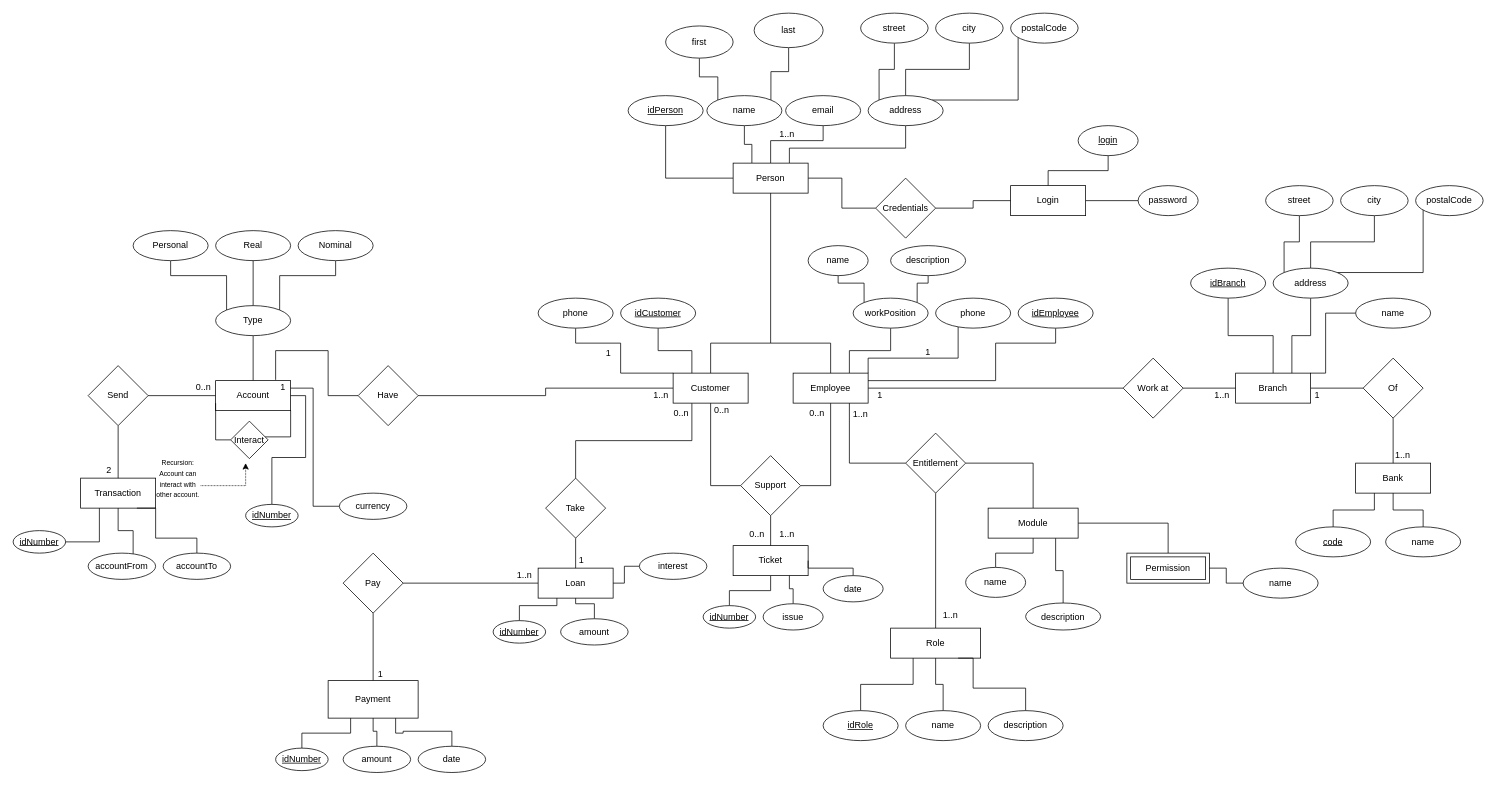
This is Bank Management System.drawio from verbima1/B0B36DBS, a draw.io file, before an edit. Source tidied: cells renumbered, new cells numbered last; positions are measured from the earlier drawing's top-left corner, leaving out a move shared by most shapes. Both pictures are drawn from the tidied source at 75%, with x=0, y=0 at pixel (13, 13).
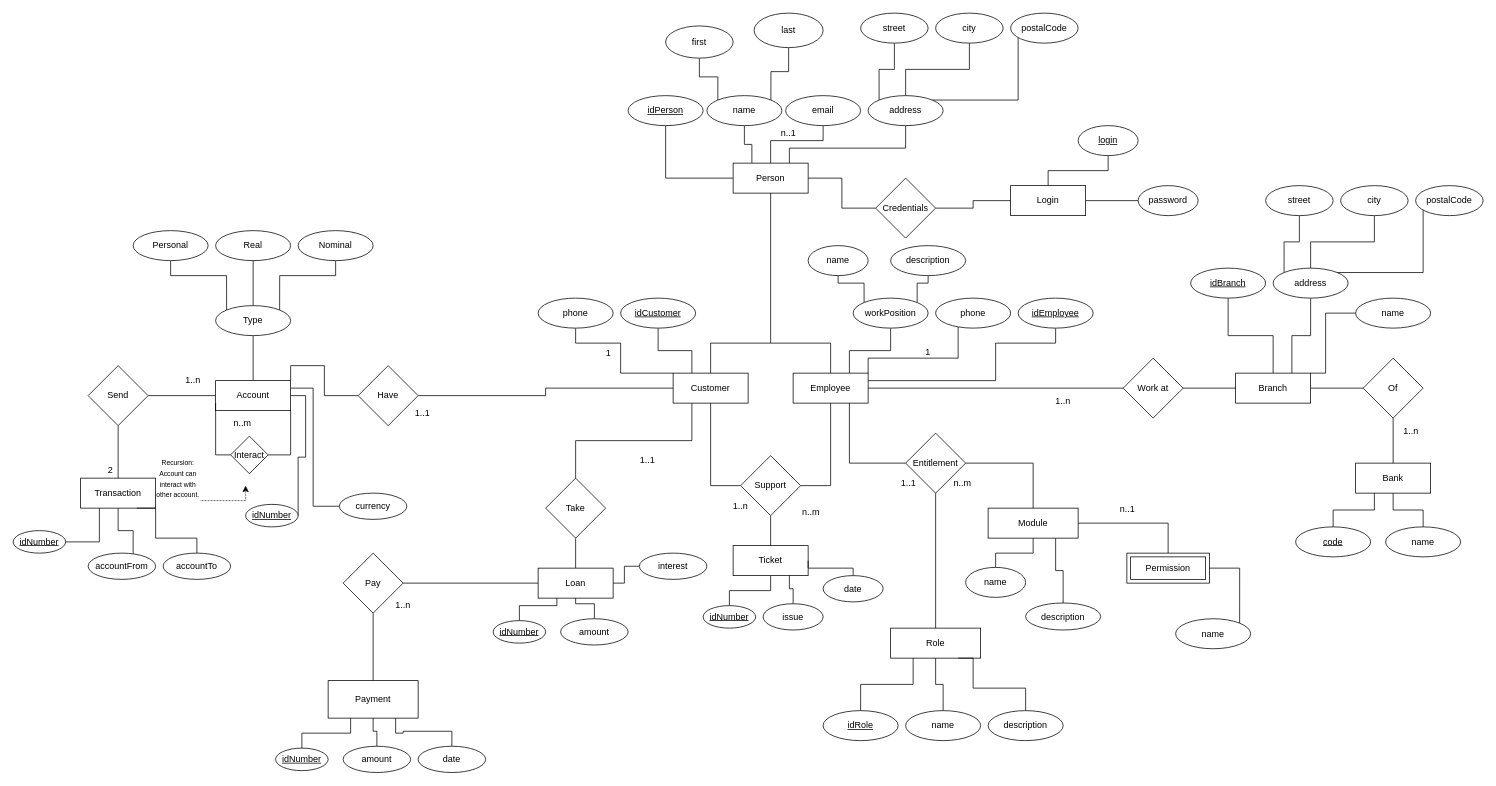
The same page after the edit.

The change refers to these unchanged cells:
```xml
<mxCell id="13" value="Account" style="whiteSpace=wrap;html=1;align=center;" parent="1" vertex="1">
  <mxGeometry x="270" y="490" width="100" height="40" as="geometry" />
</mxCell>
<mxCell id="41" value="Have" style="rhombus;whiteSpace=wrap;html=1;" parent="1" vertex="1">
  <mxGeometry x="460" y="470" width="80" height="80" as="geometry" />
</mxCell>
<mxCell id="83" value="Permission" style="shape=ext;margin=3;double=1;whiteSpace=wrap;html=1;align=center;" parent="1" vertex="1">
  <mxGeometry x="1485" y="720" width="110" height="40" as="geometry" />
</mxCell>
<mxCell id="103" value="idNumber" style="ellipse;whiteSpace=wrap;html=1;align=center;fontStyle=4;" parent="1" vertex="1">
  <mxGeometry x="310" y="655" width="70" height="30" as="geometry" />
</mxCell>
<mxCell id="159" value="&lt;font style=&quot;font-size: 9px&quot;&gt;Recursion:&lt;br&gt;Account can interact with other account. &lt;br&gt;&lt;/font&gt;" style="text;html=1;strokeColor=none;fillColor=none;align=center;verticalAlign=middle;whiteSpace=wrap;rounded=0;" parent="1" vertex="1">
  <mxGeometry x="190" y="572.5" width="60" height="95" as="geometry" />
</mxCell>
```

What changed in the source:
```diff
@@
-    <mxCell id="40" style="edgeStyle=orthogonalEdgeStyle;rounded=0;sketch=0;jettySize=auto;html=1;endArrow=none;endFill=0;entryX=0.25;entryY=0;entryDx=0;entryDy=0;" parent="1" edge="1" source="41" target="152">
+    <mxCell id="40" style="edgeStyle=orthogonalEdgeStyle;rounded=0;sketch=0;jettySize=auto;html=1;endArrow=none;endFill=0;entryX=1;entryY=0;entryDx=0;entryDy=0;" parent="1" edge="1" source="41" target="13">
       <mxGeometry relative="1" as="geometry" />
     </mxCell>
@@
     <mxCell id="102" style="edgeStyle=orthogonalEdgeStyle;rounded=0;jettySize=auto;html=1;endArrow=none;endFill=0;entryX=1;entryY=0.5;entryDx=0;entryDy=0;" parent="1" edge="1" source="103" target="13">
-      <mxGeometry relative="1" as="geometry" />
+      <mxGeometry relative="1" as="geometry">
+        <Array as="points">
+          <mxPoint x="380" y="592" />
+          <mxPoint x="390" y="592" />
+          <mxPoint x="390" y="510" />
+        </Array>
+      </mxGeometry>
     </mxCell>
@@
-    <mxCell id="115" style="edgeStyle=orthogonalEdgeStyle;rounded=0;jettySize=auto;html=1;exitX=0;exitY=0.5;exitDx=0;exitDy=0;entryX=1;entryY=0.5;entryDx=0;entryDy=0;endArrow=none;endFill=0;" parent="1" edge="1" source="116" target="83">
+    <mxCell id="115" style="edgeStyle=orthogonalEdgeStyle;rounded=0;jettySize=auto;html=1;exitX=1;exitY=0;exitDx=0;exitDy=0;entryX=1;entryY=0.5;entryDx=0;entryDy=0;endArrow=none;endFill=0;" parent="1" edge="1" source="116" target="83">
       <mxGeometry relative="1" as="geometry" />
     </mxCell>
     <mxCell id="116" value="name" style="ellipse;whiteSpace=wrap;html=1;align=center;" parent="1" vertex="1">
-      <mxGeometry x="1640" y="740" width="100" height="40" as="geometry" />
+      <mxGeometry x="1550" y="807.5" width="100" height="40" as="geometry" />
     </mxCell>
@@
-    <mxCell id="138" value="0..n" style="text;html=1;strokeColor=none;fillColor=none;align=center;verticalAlign=middle;whiteSpace=wrap;rounded=0;" parent="1" vertex="1">
-      <mxGeometry x="861" y="519" width="60" height="30" as="geometry" />
-    </mxCell>
-    <mxCell id="139" value="1" style="text;html=1;strokeColor=none;fillColor=none;align=center;verticalAlign=middle;whiteSpace=wrap;rounded=0;" parent="1" vertex="1">
-      <mxGeometry x="728" y="715" width="60" height="30" as="geometry" />
-    </mxCell>
-    <mxCell id="140" value="0..n" style="text;html=1;strokeColor=none;fillColor=none;align=center;verticalAlign=middle;whiteSpace=wrap;rounded=0;" parent="1" vertex="1">
-      <mxGeometry x="972" y="685" width="40" height="20" as="geometry" />
-    </mxCell>
-    <mxCell id="141" value="&lt;div&gt;1..n&lt;/div&gt;" style="text;html=1;strokeColor=none;fillColor=none;align=center;verticalAlign=middle;whiteSpace=wrap;rounded=0;" parent="1" vertex="1">
-      <mxGeometry x="1012" y="685" width="40" height="20" as="geometry" />
-    </mxCell>
-    <mxCell id="142" value="&lt;div&gt;0..n&lt;/div&gt;" style="text;html=1;strokeColor=none;fillColor=none;align=center;verticalAlign=middle;whiteSpace=wrap;rounded=0;" parent="1" vertex="1">
-      <mxGeometry x="925" y="520" width="40" height="20" as="geometry" />
-    </mxCell>
-    <mxCell id="143" value="&lt;div&gt;1..n&lt;/div&gt;" style="text;html=1;strokeColor=none;fillColor=none;align=center;verticalAlign=middle;whiteSpace=wrap;rounded=0;" parent="1" vertex="1">
-      <mxGeometry x="1230" y="792.5" width="40" height="20" as="geometry" />
-    </mxCell>
-    <mxCell id="144" value="&lt;div&gt;1..n&lt;/div&gt;" style="text;html=1;strokeColor=none;fillColor=none;align=center;verticalAlign=middle;whiteSpace=wrap;rounded=0;" parent="1" vertex="1">
-      <mxGeometry x="1110" y="525" width="40" height="20" as="geometry" />
-    </mxCell>
-    <mxCell id="145" value="1..n" style="text;html=1;strokeColor=none;fillColor=none;align=center;verticalAlign=middle;whiteSpace=wrap;rounded=0;" parent="1" vertex="1">
-      <mxGeometry x="1012" y="152" width="40" height="20" as="geometry" />
+    <mxCell id="145" value="n..1" style="text;html=1;strokeColor=none;fillColor=none;align=center;verticalAlign=middle;whiteSpace=wrap;rounded=0;" parent="1" vertex="1">
+      <mxGeometry x="1014" y="150" width="40" height="20" as="geometry" />
     </mxCell>
@@
-    <mxCell id="148" value="1" style="text;html=1;strokeColor=none;fillColor=none;align=center;verticalAlign=middle;whiteSpace=wrap;rounded=0;" parent="1" vertex="1">
-      <mxGeometry x="1719" y="499" width="40" height="20" as="geometry" />
-    </mxCell>
-    <mxCell id="149" value="1..n" style="text;html=1;strokeColor=none;fillColor=none;align=center;verticalAlign=middle;whiteSpace=wrap;rounded=0;" parent="1" vertex="1">
-      <mxGeometry x="1833" y="580" width="40" height="20" as="geometry" />
-    </mxCell>
     <mxCell id="150" value="1..n" style="text;html=1;strokeColor=none;fillColor=none;align=center;verticalAlign=middle;whiteSpace=wrap;rounded=0;" parent="1" vertex="1">
-      <mxGeometry x="1592" y="500" width="40" height="20" as="geometry" />
+      <mxGeometry x="1374" y="504" width="52" height="26" as="geometry" />
     </mxCell>
-    <mxCell id="151" value="&lt;div&gt;1&lt;/div&gt;" style="text;html=1;strokeColor=none;fillColor=none;align=center;verticalAlign=middle;whiteSpace=wrap;rounded=0;" parent="1" vertex="1">
-      <mxGeometry x="1136" y="499" width="40" height="20" as="geometry" />
-    </mxCell>
-    <mxCell id="152" value="1" style="text;html=1;strokeColor=none;fillColor=none;align=center;verticalAlign=middle;whiteSpace=wrap;rounded=0;" parent="1" vertex="1">
-      <mxGeometry x="340" y="489" width="40" height="20" as="geometry" />
-    </mxCell>
-    <mxCell id="153" value="&lt;div&gt;1..n&lt;/div&gt;" style="text;html=1;strokeColor=none;fillColor=none;align=center;verticalAlign=middle;whiteSpace=wrap;rounded=0;" parent="1" vertex="1">
-      <mxGeometry x="844" y="499" width="40" height="20" as="geometry" />
-    </mxCell>
-    <mxCell id="154" value="2" style="text;html=1;strokeColor=none;fillColor=none;align=center;verticalAlign=middle;whiteSpace=wrap;rounded=0;" parent="1" vertex="1">
-      <mxGeometry x="108" y="599" width="40" height="20" as="geometry" />
-    </mxCell>
-    <mxCell id="155" value="0..n" style="text;html=1;strokeColor=none;fillColor=none;align=center;verticalAlign=middle;whiteSpace=wrap;rounded=0;" parent="1" vertex="1">
-      <mxGeometry x="224" y="484" width="60" height="30" as="geometry" />
-    </mxCell>
-    <mxCell id="156" value="1" style="text;html=1;strokeColor=none;fillColor=none;align=center;verticalAlign=middle;whiteSpace=wrap;rounded=0;" parent="1" vertex="1">
-      <mxGeometry x="460" y="866" width="60" height="30" as="geometry" />
-    </mxCell>
-    <mxCell id="157" value="&lt;div&gt;1..n&lt;/div&gt;" style="text;html=1;strokeColor=none;fillColor=none;align=center;verticalAlign=middle;whiteSpace=wrap;rounded=0;" parent="1" vertex="1">
-      <mxGeometry x="662" y="739" width="40" height="20" as="geometry" />
-    </mxCell>
     <mxCell id="158" style="edgeStyle=orthogonalEdgeStyle;rounded=0;jettySize=auto;html=1;dashed=1;fontSize=8;endArrow=classic;endFill=1;dashPattern=1 1;" parent="1" edge="1" source="159">
       <mxGeometry relative="1" as="geometry">
-        <mxPoint x="310" y="600" as="targetPoint" />
+        <mxPoint x="310" y="630" as="targetPoint" />
         <Array as="points">
-          <mxPoint x="310" y="630" />
+          <mxPoint x="310" y="650" />
         </Array>
       </mxGeometry>
     </mxCell>
@@
-    <mxCell id="162" value="0..n" style="text;html=1;strokeColor=none;fillColor=none;align=center;verticalAlign=middle;whiteSpace=wrap;rounded=0;" parent="1" vertex="1">
-      <mxGeometry x="1052" y="524" width="40" height="20" as="geometry" />
-    </mxCell>
@@
-    <mxCell id="164" style="edgeStyle=orthogonalEdgeStyle;rounded=0;jettySize=auto;html=1;entryX=1;entryY=1;entryDx=0;entryDy=0;endArrow=none;sketch=0;endFill=0;" parent="1" edge="1" source="165" target="13">
+    <mxCell id="164" style="edgeStyle=orthogonalEdgeStyle;rounded=0;jettySize=auto;html=1;entryX=1;entryY=1;entryDx=0;entryDy=0;endArrow=none;sketch=0;endFill=0;exitX=1;exitY=0.5;exitDx=0;exitDy=0;" parent="1" edge="1" source="165" target="13">
       <mxGeometry relative="1" as="geometry">
         <Array as="points">
-          <mxPoint x="370" y="565" />
+          <mxPoint x="370" y="589" />
         </Array>
       </mxGeometry>
     </mxCell>
     <mxCell id="165" value="&lt;div&gt;Interact&lt;/div&gt;" style="rhombus;whiteSpace=wrap;html=1;" parent="1" vertex="1">
-      <mxGeometry x="290" y="544" width="50" height="50" as="geometry" />
+      <mxGeometry x="290" y="564" width="50" height="50" as="geometry" />
     </mxCell>
@@
+    <mxCell id="175" value="1..n" style="text;html=1;strokeColor=none;fillColor=none;align=center;verticalAlign=middle;whiteSpace=wrap;rounded=0;" parent="1" vertex="1">
+      <mxGeometry x="1838" y="544" width="52" height="26" as="geometry" />
+    </mxCell>
+    <mxCell id="176" value="1..1" style="text;html=1;strokeColor=none;fillColor=none;align=center;verticalAlign=middle;whiteSpace=wrap;rounded=0;" parent="1" vertex="1">
+      <mxGeometry x="1168" y="614" width="52" height="26" as="geometry" />
+    </mxCell>
+    <mxCell id="177" value="n..m" style="text;html=1;strokeColor=none;fillColor=none;align=center;verticalAlign=middle;whiteSpace=wrap;rounded=0;" parent="1" vertex="1">
+      <mxGeometry x="1240" y="614" width="52" height="26" as="geometry" />
+    </mxCell>
+    <mxCell id="178" value="n..1" style="text;html=1;strokeColor=none;fillColor=none;align=center;verticalAlign=middle;whiteSpace=wrap;rounded=0;" parent="1" vertex="1">
+      <mxGeometry x="1460" y="649" width="52" height="26" as="geometry" />
+    </mxCell>
+    <mxCell id="179" value="1..n" style="text;html=1;strokeColor=none;fillColor=none;align=center;verticalAlign=middle;whiteSpace=wrap;rounded=0;" parent="1" vertex="1">
+      <mxGeometry x="950" y="647.5" width="40" height="20" as="geometry" />
+    </mxCell>
+    <mxCell id="180" value="n..m" style="text;html=1;strokeColor=none;fillColor=none;align=center;verticalAlign=middle;whiteSpace=wrap;rounded=0;" parent="1" vertex="1">
+      <mxGeometry x="280" y="534" width="52" height="26" as="geometry" />
+    </mxCell>
+    <mxCell id="181" value="1..1" style="text;html=1;strokeColor=none;fillColor=none;align=center;verticalAlign=middle;whiteSpace=wrap;rounded=0;" parent="1" vertex="1">
+      <mxGeometry x="520" y="520" width="52" height="26" as="geometry" />
+    </mxCell>
+    <mxCell id="182" value="1..n" style="text;html=1;strokeColor=none;fillColor=none;align=center;verticalAlign=middle;whiteSpace=wrap;rounded=0;" parent="1" vertex="1">
+      <mxGeometry x="500" y="779" width="40" height="20" as="geometry" />
+    </mxCell>
+    <mxCell id="154" value="2" style="text;html=1;strokeColor=none;fillColor=none;align=center;verticalAlign=middle;whiteSpace=wrap;rounded=0;" parent="1" vertex="1">
+      <mxGeometry x="110" y="598.5" width="40" height="20" as="geometry" />
+    </mxCell>
+    <mxCell id="183" value="1..n" style="text;html=1;strokeColor=none;fillColor=none;align=center;verticalAlign=middle;whiteSpace=wrap;rounded=0;" parent="1" vertex="1">
+      <mxGeometry x="220" y="480" width="40" height="20" as="geometry" />
+    </mxCell>
+    <mxCell id="184" value="n..m" style="text;html=1;strokeColor=none;fillColor=none;align=center;verticalAlign=middle;whiteSpace=wrap;rounded=0;" parent="1" vertex="1">
+      <mxGeometry x="1038" y="651.5" width="52" height="26" as="geometry" />
+    </mxCell>
+    <mxCell id="185" value="1..1" style="text;html=1;strokeColor=none;fillColor=none;align=center;verticalAlign=middle;whiteSpace=wrap;rounded=0;" parent="1" vertex="1">
+      <mxGeometry x="820" y="582.5" width="52" height="26" as="geometry" />
+    </mxCell>
```
